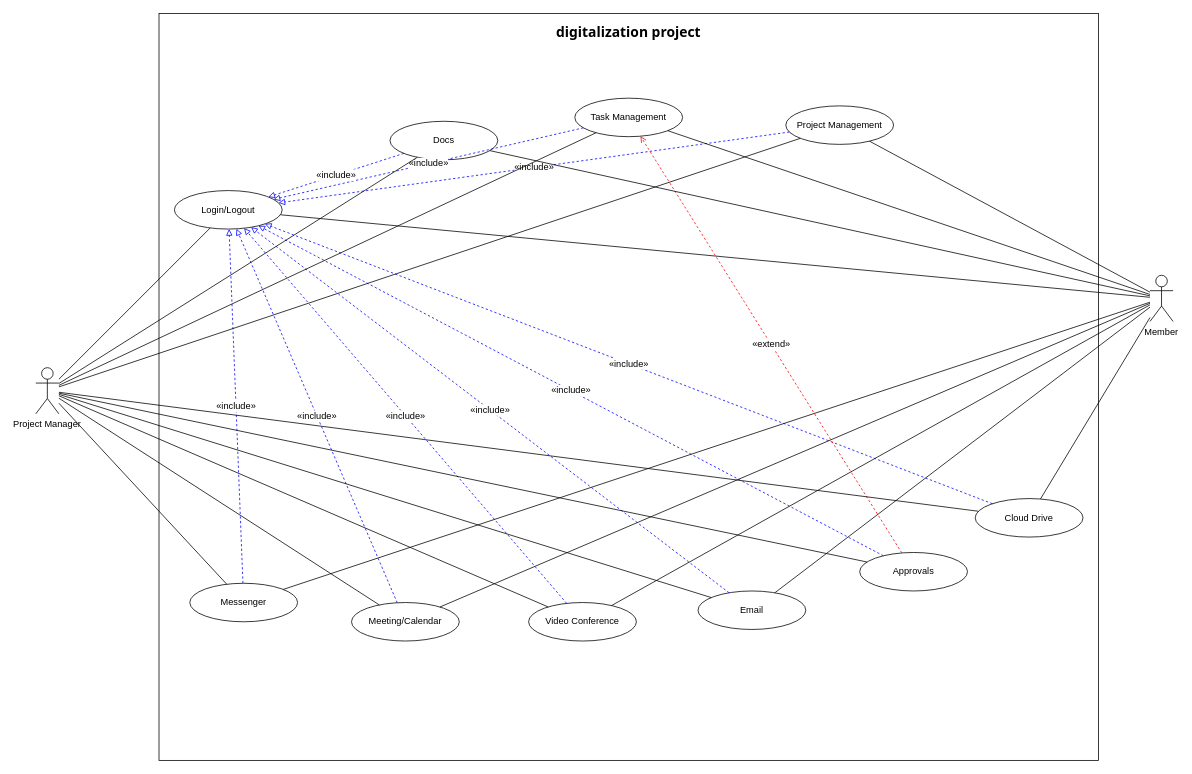
Earlier version of the draw.io diagram diagram/unitydesk-usecase.drawio (AzazelXXI/unitydesk). Source tidied: cells renumbered, new cells numbered last; positions are measured from the earlier drawing's top-left corner, leaving out a move shared by most shapes. Both pictures are drawn from the tidied source at 77%, with x=0, y=0 at pixel (35, 13).
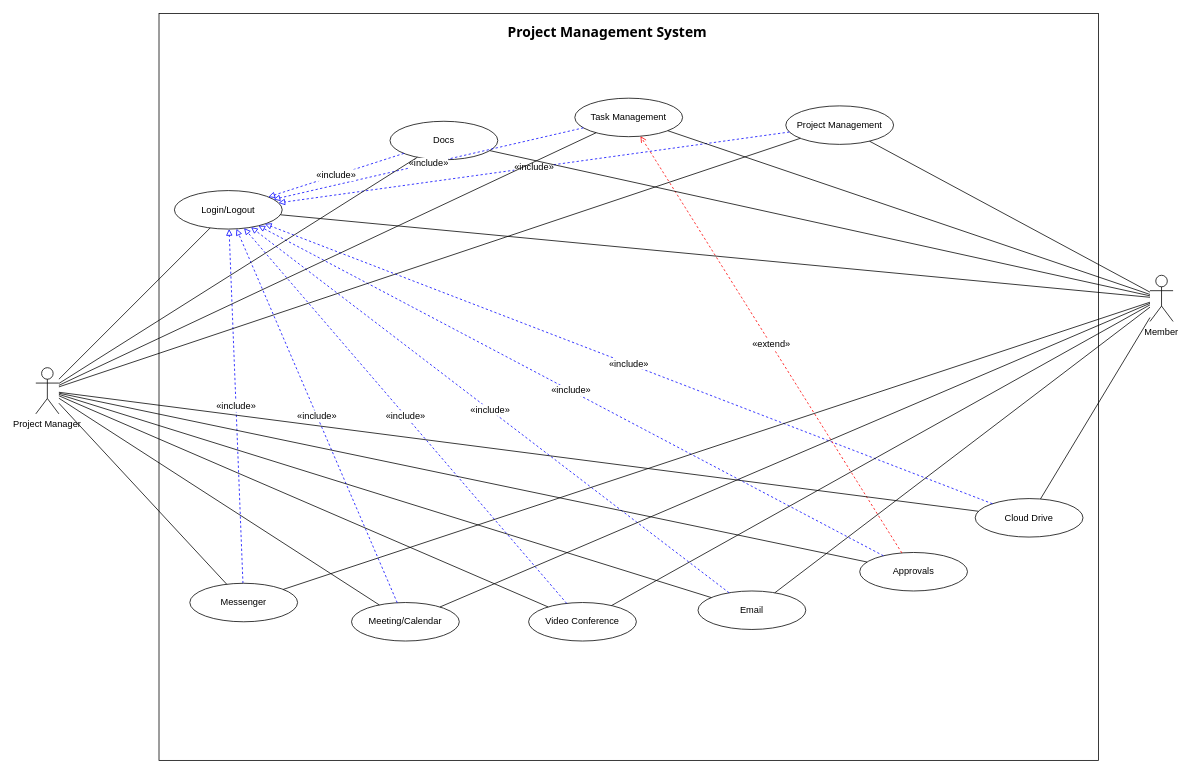
Above is the later version.

Commit message:
Update Use Case Diagram: adjust dimensions and modify project title for clarity

The edit, as a diff of the source:
```diff
@@
-    <mxCell id="44" value="&lt;span style=&quot;font-family: system-ui, Ubuntu, &amp;quot;Droid Sans&amp;quot;, sans-serif; text-align: start;&quot;&gt;digitalization project&lt;/span&gt;" style="text;html=1;align=center;verticalAlign=middle;whiteSpace=wrap;rounded=0;fontColor=default;fontSize=18;fontStyle=1;" parent="1" vertex="1">
-      <mxGeometry x="665" y="10" width="210" height="30" as="geometry" />
+    <mxCell id="44" value="&lt;span style=&quot;font-family: system-ui, Ubuntu, &amp;quot;Droid Sans&amp;quot;, sans-serif; text-align: start;&quot;&gt;Project Management System&lt;/span&gt;" style="text;html=1;align=center;verticalAlign=middle;whiteSpace=wrap;rounded=0;fontColor=default;fontSize=18;fontStyle=1;" parent="1" vertex="1">
+      <mxGeometry x="610" y="10" width="265" height="30" as="geometry" />
     </mxCell>
```
